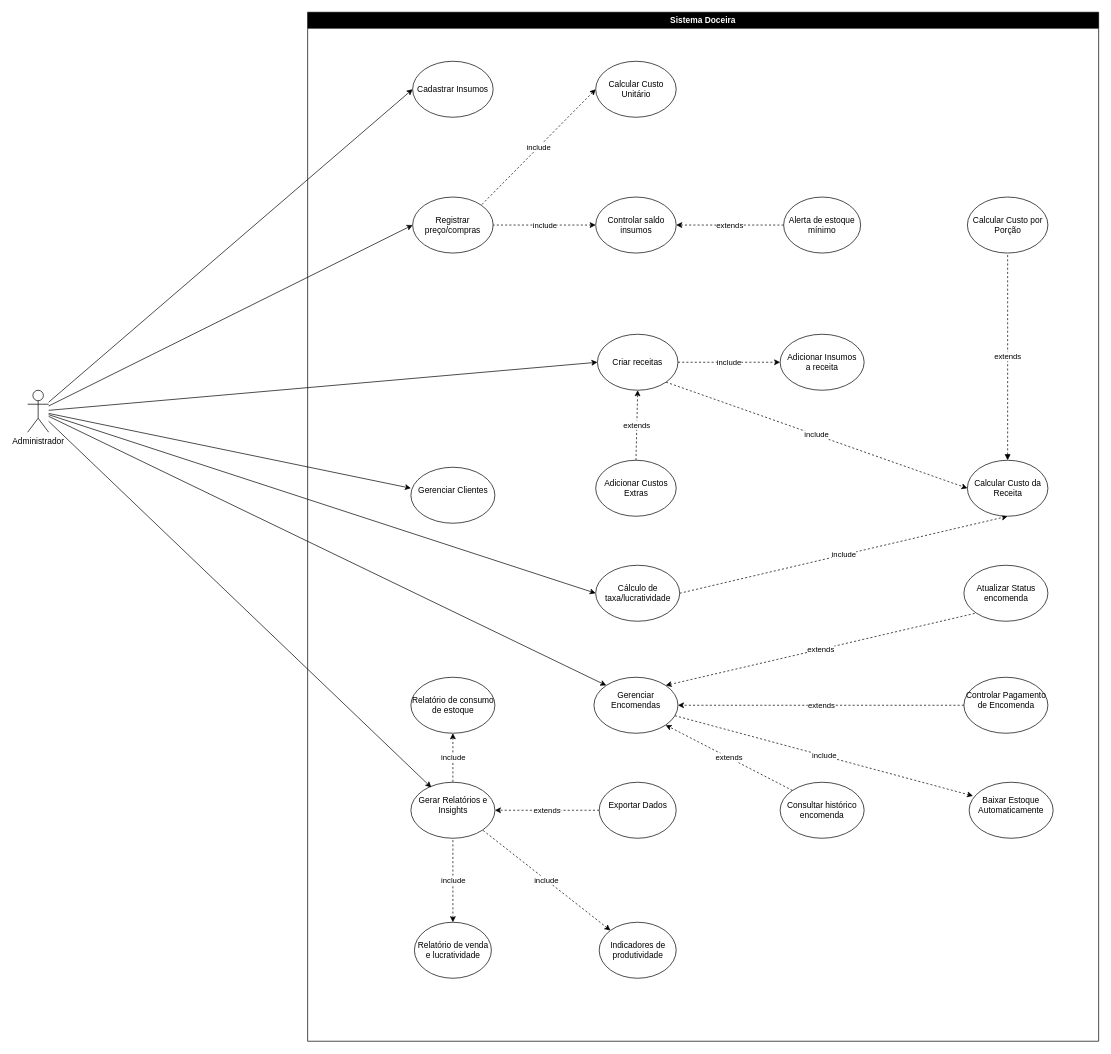
Above: Diagramas UML/Diagrama de casos de uso.drawio in OsmaneNeto/PHP_confeitaria (draw.io), before the change. Source tidied: cells renumbered, new cells numbered last; positions are measured from the earlier drawing's top-left corner, leaving out a move shared by most shapes. Both pictures are drawn from the tidied source at 70%, with x=0, y=0 at pixel (27, 12).
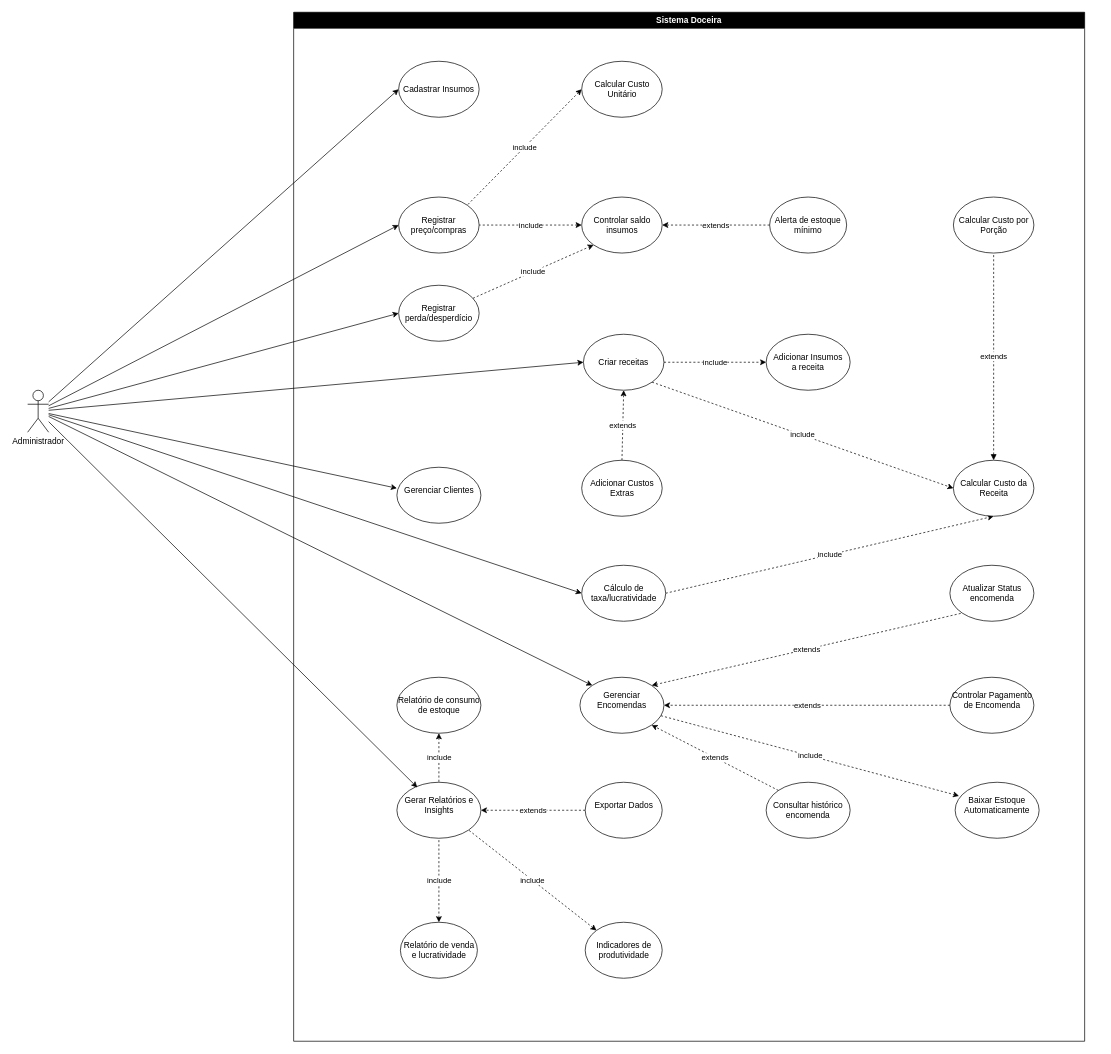
Above is the later version.

Commit message (it also covers changes not shown here):
Diagramas refeito, Help plz!!

The change refers to these unchanged cells:
```xml
<mxCell id="34" value="Controlar saldo insumos" style="ellipse;whiteSpace=wrap;html=1;shadow=0;strokeColor=light-dark(#000000,#000000);fillColor=light-dark(#FFFFFF,#FFFFFF);fontColor=light-dark(#000000,#000000);" parent="2" vertex="1">
  <mxGeometry x="411.5" y="264" width="115" height="80" as="geometry" />
</mxCell>
<mxCell id="46" value="Administrador" style="shape=umlActor;verticalLabelPosition=bottom;verticalAlign=top;html=1;outlineConnect=0;strokeColor=light-dark(#000000,#000000);" parent="1" vertex="1">
  <mxGeometry y="540" width="30" height="60" as="geometry" />
</mxCell>
```

Diff of the diagram source:
```diff
@@
     <mxCell id="2" value="Sistema Doceira" style="swimlane;whiteSpace=wrap;html=1;gradientColor=default;fillColor=light-dark(#FFFFFF,#FFFFFF);swimlaneFillColor=light-dark(#FFFFFF,#FFFFFF);strokeColor=light-dark(#000000,#000000);direction=east;gradientDirection=south;rounded=0;swimlaneLine=1;fontColor=#FFFFFF;labelBackgroundColor=none;labelBorderColor=none;" parent="1" vertex="1">
-      <mxGeometry x="400" width="1130" height="1470" as="geometry" />
+      <mxGeometry x="380" width="1130" height="1470" as="geometry" />
     </mxCell>
@@
+    <mxCell id="49" value="include" style="rounded=0;jettySize=auto;html=1;entryX=0;entryY=1;entryDx=0;entryDy=0;dashed=1;strokeColor=light-dark(#000000,#000000);fontColor=light-dark(#000000,#000000);labelBackgroundColor=light-dark(#FFFFFF,#FFFFFF);" parent="2" edge="1" source="50" target="34">
+      <mxGeometry relative="1" as="geometry" />
+    </mxCell>
+    <mxCell id="50" value="Registrar perda/desperdício" style="ellipse;whiteSpace=wrap;html=1;shadow=0;strokeColor=light-dark(#000000,#000000);fillColor=light-dark(#FFFFFF,#FFFFFF);fontColor=light-dark(#000000,#000000);" parent="2" vertex="1">
+      <mxGeometry x="150" y="390" width="115" height="80" as="geometry" />
+    </mxCell>
@@
+    <mxCell id="51" style="rounded=0;jettySize=auto;html=1;entryX=0;entryY=0.5;entryDx=0;entryDy=0;strokeColor=light-dark(#000000,#000000);" parent="1" edge="1" source="46" target="50">
+      <mxGeometry relative="1" as="geometry" />
+    </mxCell>
```
